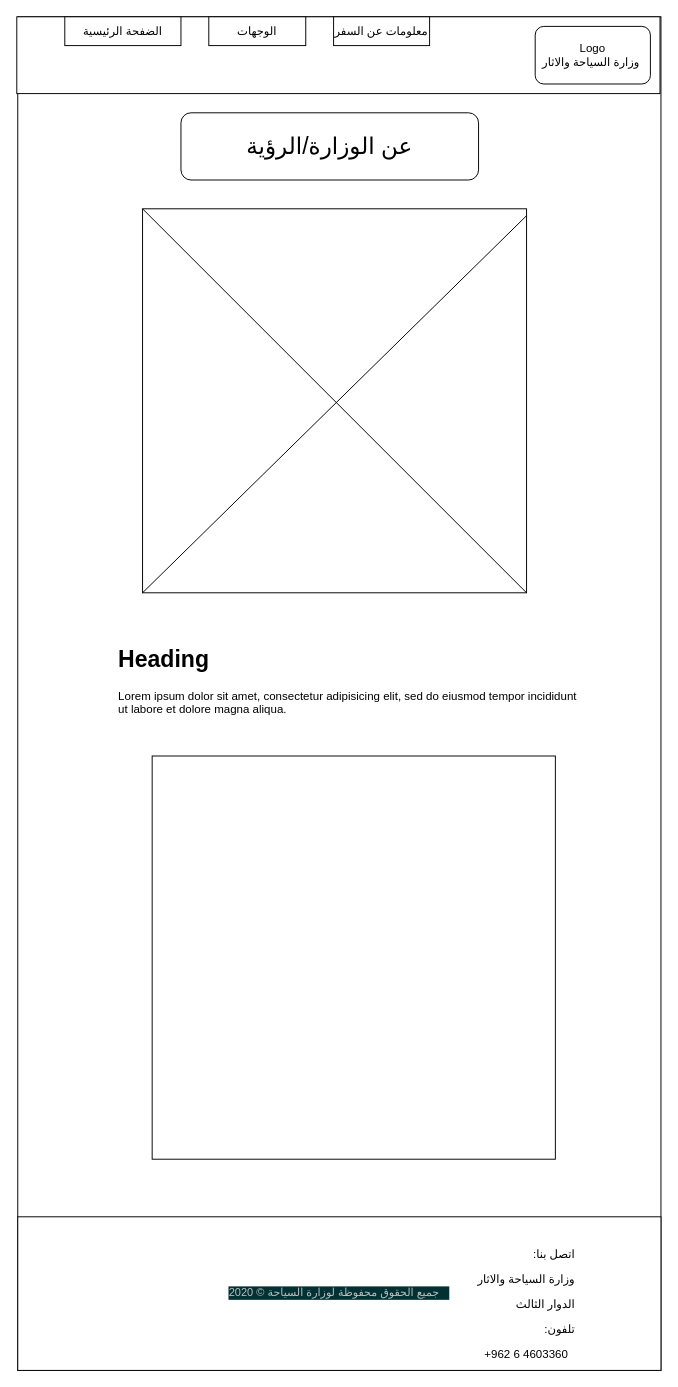
Above: Final asignment/WireFrame/الرؤية.drawio in HanaZRasheed/Cohort5_WebDev_SabaALHATAMLEH- (draw.io), before the change. Source tidied: cells renumbered, new cells numbered last; positions are measured from the earlier drawing's top-left corner, leaving out a move shared by most shapes. Both pictures are drawn from the tidied source at 96%, with x=0, y=0 at pixel (16, 16).
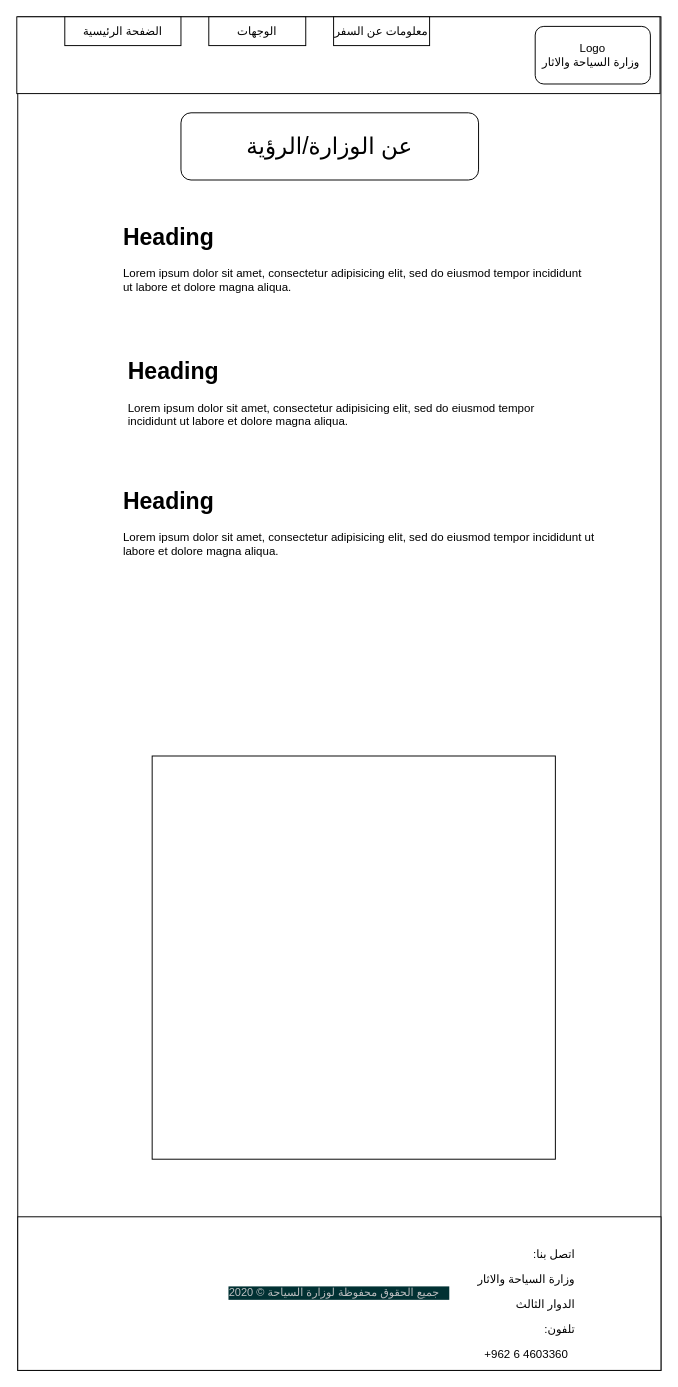
Above is the later version.

The edit, as a diff of the source:
```diff
@@
 <mxGraphModel>
   <root>
     <mxCell id="0" />
     <mxCell id="1" parent="0" />
     <mxCell id="2" style="rounded=0;whiteSpace=wrap;html=1;" parent="1" vertex="1">
       <mxGeometry x="1" width="670" height="1410" as="geometry" />
     </mxCell>
     <mxCell id="3" style="rounded=0;whiteSpace=wrap;html=1;" parent="1" vertex="1">
       <mxGeometry width="670" height="80" as="geometry" />
     </mxCell>
     <mxCell id="4" value="الضفحة الرئيسية" style="rounded=0;whiteSpace=wrap;html=1;" parent="1" vertex="1">
       <mxGeometry x="50" width="121" height="30" as="geometry" />
     </mxCell>
     <mxCell id="5" value="معلومات عن السفر" style="rounded=0;whiteSpace=wrap;html=1;" parent="1" vertex="1">
       <mxGeometry x="330" width="100" height="30" as="geometry" />
     </mxCell>
     <mxCell id="6" value="الوجهات" style="rounded=0;whiteSpace=wrap;html=1;" parent="1" vertex="1">
       <mxGeometry x="200" width="101" height="30" as="geometry" />
     </mxCell>
     <mxCell id="7" value="Logo&lt;br&gt;وزارة السياحة والاثار&amp;nbsp;" style="rounded=1;whiteSpace=wrap;html=1;" parent="1" vertex="1">
       <mxGeometry x="540" y="10" width="120" height="60" as="geometry" />
     </mxCell>
-    <mxCell id="8" style="rounded=0;whiteSpace=wrap;html=1;" parent="1" vertex="1">
-      <mxGeometry x="131" y="200" width="400" height="400" as="geometry" />
-    </mxCell>
-    <mxCell id="9" style="endArrow=none;html=1;exitX=0;exitY=1;exitDx=0;exitDy=0;entryX=1;entryY=0.018;entryDx=0;entryDy=0;entryPerimeter=0;" parent="1" edge="1" source="8" target="8">
-      <mxGeometry relative="1" as="geometry" />
-    </mxCell>
-    <mxCell id="10" style="endArrow=none;html=1;entryX=1;entryY=1;entryDx=0;entryDy=0;exitX=0;exitY=0;exitDx=0;exitDy=0;" parent="1" edge="1" source="8" target="8">
-      <mxGeometry relative="1" as="geometry" />
-    </mxCell>
     <mxCell id="11" value="&lt;font style=&quot;font-size: 24px&quot;&gt;عن الوزارة/الرؤية&lt;/font&gt;" style="rounded=1;whiteSpace=wrap;html=1;" parent="1" vertex="1">
       <mxGeometry x="171" y="100" width="310" height="70" as="geometry" />
     </mxCell>
     <mxCell id="12" value="&lt;h1&gt;Heading&lt;/h1&gt;&lt;p&gt;Lorem ipsum dolor sit amet, consectetur adipisicing elit, sed do eiusmod tempor incididunt ut labore et dolore magna aliqua.&lt;/p&gt;" style="text;html=1;strokeColor=none;fillColor=none;spacing=5;spacingTop=-20;whiteSpace=wrap;overflow=hidden;rounded=0;" parent="1" vertex="1">
-      <mxGeometry x="101" y="650" width="490" height="230" as="geometry" />
+      <mxGeometry x="106" y="210" width="490" height="230" as="geometry" />
     </mxCell>
     <mxCell id="13" style="rounded=0;whiteSpace=wrap;html=1;" parent="1" vertex="1">
       <mxGeometry x="141" y="770" width="420" height="420" as="geometry" />
     </mxCell>
     <mxCell id="14" value="&lt;div class=&quot;sct-copyright&quot; style=&quot;box-sizing: border-box ; color: rgb(189 , 190 , 192) ; float: right ; padding-left: 0px ; padding-right: 0.9em ; font-family: &amp;#34;newfont&amp;#34; ; font-size: 11.52px ; text-align: left ; background-color: rgb(1 , 49 , 51)&quot;&gt;جميع الحقوق محفوظة لوزارة السياحة ©&amp;nbsp;2020&lt;/div&gt;&lt;div&gt;&lt;br&gt;&lt;/div&gt;" style="rounded=0;whiteSpace=wrap;html=1;" parent="1" vertex="1">
       <mxGeometry x="1" y="1250" width="670" height="160" as="geometry" />
     </mxCell>
     <mxCell id="15" value="&lt;p class=&quot;MsoNormal&quot; align=&quot;right&quot; style=&quot;text-align: right&quot;&gt;&lt;span lang=&quot;AR-SA&quot; dir=&quot;RTL&quot; style=&quot;font-family: &amp;#34;arial&amp;#34; , sans-serif&quot;&gt;&lt;span style=&quot;background-color: rgb(255 , 255 , 255)&quot;&gt;اتصل بنا:&lt;/span&gt;&lt;span style=&quot;background-color: yellow&quot;&gt;&lt;/span&gt;&lt;/span&gt;&lt;/p&gt;&lt;p class=&quot;MsoNormal&quot; align=&quot;right&quot; style=&quot;text-align: right&quot;&gt;&lt;span lang=&quot;AR-SA&quot; dir=&quot;RTL&quot; style=&quot;font-family: &amp;#34;arial&amp;#34; , sans-serif&quot;&gt;&lt;span style=&quot;background-color: rgb(255 , 255 , 255)&quot;&gt;وزارة السياحة والاثار&lt;/span&gt;&lt;/span&gt;&lt;/p&gt;&lt;p class=&quot;MsoNormal&quot; align=&quot;right&quot; style=&quot;text-align: right&quot;&gt;&lt;span lang=&quot;AR-SA&quot; dir=&quot;RTL&quot; style=&quot;font-family: &amp;#34;arial&amp;#34; , sans-serif&quot;&gt;&lt;span style=&quot;background-color: rgb(255 , 255 , 255)&quot;&gt;الدوار الثالث&amp;nbsp;&lt;/span&gt;&lt;/span&gt;&lt;/p&gt;&lt;p class=&quot;MsoNormal&quot; align=&quot;right&quot; style=&quot;text-align: right&quot;&gt;&lt;span lang=&quot;AR-SA&quot; dir=&quot;RTL&quot; style=&quot;font-family: &amp;#34;arial&amp;#34; , sans-serif&quot;&gt;&lt;span style=&quot;background-color: rgb(255 , 255 , 255)&quot;&gt;تلفون:&lt;/span&gt;&lt;/span&gt;&lt;/p&gt;&lt;span style=&quot;line-height: 107% ; font-family: &amp;#34;arial&amp;#34; , sans-serif&quot;&gt;&lt;font style=&quot;font-size: 12px&quot;&gt;+962 6 4603360&lt;/font&gt;&lt;/span&gt;" style="text;html=1;strokeColor=none;fillColor=none;align=center;verticalAlign=middle;whiteSpace=wrap;rounded=0;" parent="1" vertex="1">
       <mxGeometry x="451" y="1270" width="160" height="130" as="geometry" />
     </mxCell>
+    <mxCell id="16" value="&lt;h1&gt;Heading&lt;/h1&gt;&lt;p&gt;Lorem ipsum dolor sit amet, consectetur adipisicing elit, sed do eiusmod tempor incididunt ut labore et dolore magna aliqua.&lt;/p&gt;" style="text;html=1;strokeColor=none;fillColor=none;spacing=5;spacingTop=-20;whiteSpace=wrap;overflow=hidden;rounded=0;" parent="1" vertex="1">
+      <mxGeometry x="111" y="350" width="480" height="100" as="geometry" />
+    </mxCell>
+    <mxCell id="17" value="&lt;h1&gt;Heading&lt;/h1&gt;&lt;p&gt;Lorem ipsum dolor sit amet, consectetur adipisicing elit, sed do eiusmod tempor incididunt ut labore et dolore magna aliqua.&lt;/p&gt;" style="text;html=1;strokeColor=none;fillColor=none;spacing=5;spacingTop=-20;whiteSpace=wrap;overflow=hidden;rounded=0;" parent="1" vertex="1">
+      <mxGeometry x="106" y="485" width="515" height="120" as="geometry" />
+    </mxCell>
   </root>
 </mxGraphModel>
```
